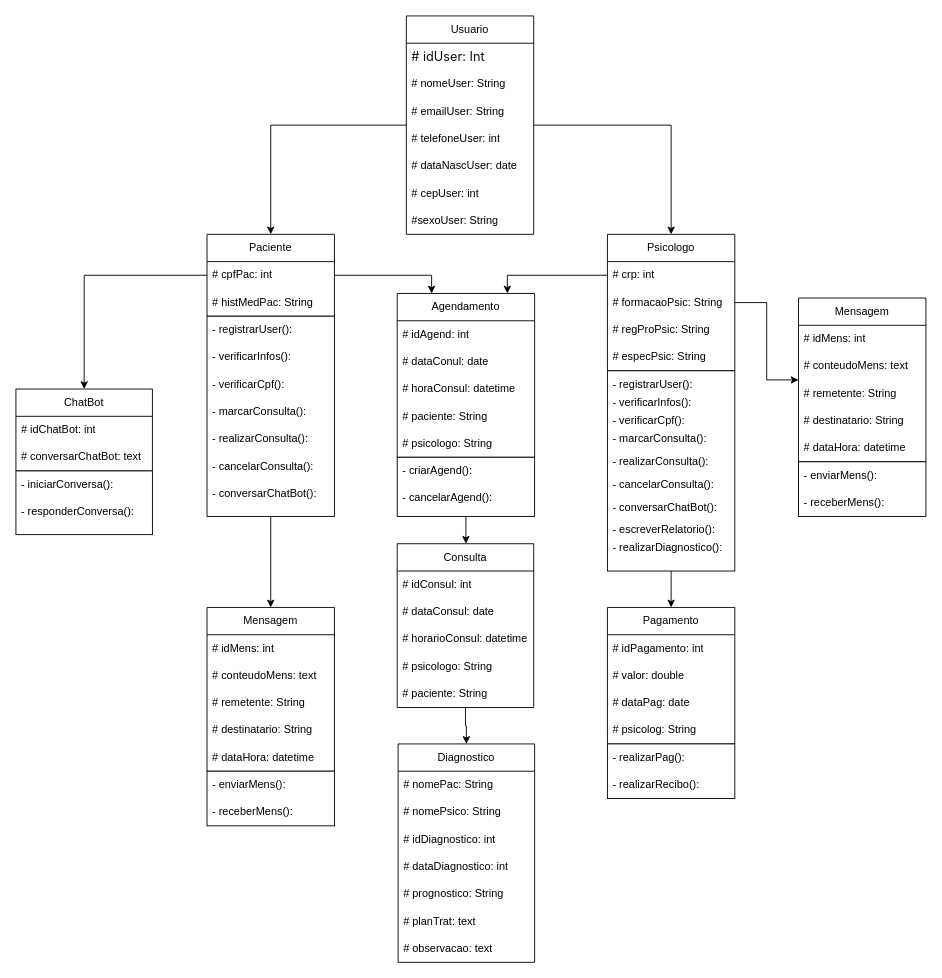
This is DiagramaDeClasse.drawio from PENEzz/uml, a draw.io file, before an edit. Source tidied: cells renumbered, new cells numbered last; positions are measured from the earlier drawing's top-left corner, leaving out a move shared by most shapes. Both pictures are drawn from the tidied source at 91%, with x=0, y=0 at pixel (15, 15).
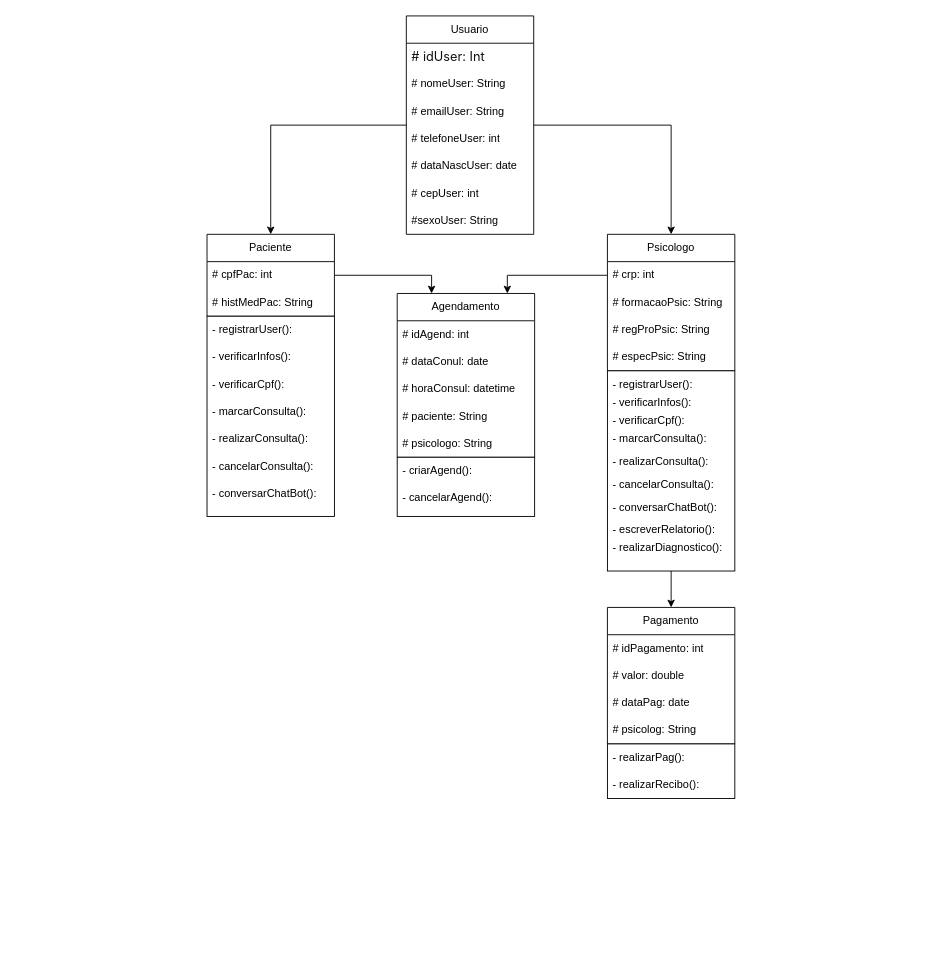
The same page after the edit.

Unchanged cells that the change refers to:
```xml
<mxCell id="12" value="Paciente" style="swimlane;fontStyle=0;horizontal=1;startSize=30;whiteSpace=wrap;html=1;" parent="1" vertex="1">
  <mxGeometry x="210" y="240" width="140" height="90" as="geometry" />
</mxCell>
<mxCell id="16" style="rounded=0;whiteSpace=wrap;html=1;" parent="1" vertex="1">
  <mxGeometry x="210" y="330" width="140" height="220" as="geometry" />
</mxCell>
<mxCell id="25" value="Psicologo" style="swimlane;fontStyle=0;horizontal=1;startSize=30;whiteSpace=wrap;html=1;" parent="1" vertex="1">
  <mxGeometry x="650" y="240" width="140" height="150" as="geometry" />
</mxCell>
<mxCell id="71" style="rounded=0;whiteSpace=wrap;html=1;" parent="1" vertex="1">
  <mxGeometry x="419" y="485" width="151" height="65" as="geometry" />
</mxCell>
```

What changed in the source:
```diff
@@
-    <mxCell id="11" style="edgeStyle=orthogonalEdgeStyle;rounded=0;jettySize=auto;html=1;" parent="1" edge="1" source="12" target="74">
-      <mxGeometry relative="1" as="geometry" />
-    </mxCell>
@@
-    <mxCell id="15" style="edgeStyle=orthogonalEdgeStyle;rounded=0;jettySize=auto;html=1;" parent="1" edge="1" source="16" target="41">
-      <mxGeometry relative="1" as="geometry" />
-    </mxCell>
@@
-    <mxCell id="24" style="edgeStyle=orthogonalEdgeStyle;rounded=0;jettySize=auto;html=1;" parent="1" edge="1" source="25" target="92">
-      <mxGeometry relative="1" as="geometry" />
-    </mxCell>
@@
-    <mxCell id="41" value="Mensagem" style="swimlane;fontStyle=0;horizontal=1;startSize=30;whiteSpace=wrap;html=1;" parent="1" vertex="1">
-      <mxGeometry x="210" y="650" width="140" height="180" as="geometry" />
-    </mxCell>
-    <mxCell id="42" value="# idMens&lt;span style=&quot;background-color: initial;&quot;&gt;: int&lt;/span&gt;" style="text;strokeColor=none;fillColor=none;align=left;verticalAlign=middle;spacingLeft=4;spacingRight=4;overflow=hidden;whiteSpace=wrap;html=1;" parent="41" vertex="1">
-      <mxGeometry y="30" width="140" height="30" as="geometry" />
-    </mxCell>
-    <mxCell id="43" value="# conteudoMens: text" style="text;strokeColor=none;fillColor=none;align=left;verticalAlign=middle;spacingLeft=4;spacingRight=4;overflow=hidden;whiteSpace=wrap;html=1;" parent="41" vertex="1">
-      <mxGeometry y="60" width="140" height="30" as="geometry" />
-    </mxCell>
-    <mxCell id="44" value="# remetente: String" style="text;strokeColor=none;fillColor=none;align=left;verticalAlign=middle;spacingLeft=4;spacingRight=4;overflow=hidden;whiteSpace=wrap;html=1;" parent="41" vertex="1">
-      <mxGeometry y="90" width="140" height="30" as="geometry" />
-    </mxCell>
-    <mxCell id="45" value="# destinatario: String" style="text;strokeColor=none;fillColor=none;align=left;verticalAlign=middle;spacingLeft=4;spacingRight=4;overflow=hidden;whiteSpace=wrap;html=1;" parent="41" vertex="1">
-      <mxGeometry y="120" width="140" height="30" as="geometry" />
-    </mxCell>
-    <mxCell id="46" value="# dataHora: datetime" style="text;strokeColor=none;fillColor=none;align=left;verticalAlign=middle;spacingLeft=4;spacingRight=4;overflow=hidden;whiteSpace=wrap;html=1;" parent="41" vertex="1">
-      <mxGeometry y="150" width="140" height="30" as="geometry" />
-    </mxCell>
-    <mxCell id="47" style="rounded=0;whiteSpace=wrap;html=1;" parent="1" vertex="1">
-      <mxGeometry x="210" y="830" width="140" height="60" as="geometry" />
-    </mxCell>
-    <mxCell id="48" value="- enviarMens():" style="text;strokeColor=none;fillColor=none;align=left;verticalAlign=middle;spacingLeft=4;spacingRight=4;overflow=hidden;whiteSpace=wrap;html=1;" parent="1" vertex="1">
-      <mxGeometry x="210" y="830" width="140" height="30" as="geometry" />
-    </mxCell>
-    <mxCell id="49" value="- receberMens():" style="text;strokeColor=none;fillColor=none;align=left;verticalAlign=middle;spacingLeft=4;spacingRight=4;overflow=hidden;whiteSpace=wrap;html=1;" parent="1" vertex="1">
-      <mxGeometry x="210" y="860" width="140" height="30" as="geometry" />
-    </mxCell>
-    <mxCell id="50" style="edgeStyle=orthogonalEdgeStyle;rounded=0;jettySize=auto;html=1;" parent="1" edge="1" source="51" target="83">
-      <mxGeometry relative="1" as="geometry" />
-    </mxCell>
-    <mxCell id="51" value="Consulta" style="swimlane;fontStyle=0;horizontal=1;startSize=30;whiteSpace=wrap;html=1;" parent="1" vertex="1">
-      <mxGeometry x="419" y="580" width="150" height="180" as="geometry" />
-    </mxCell>
-    <mxCell id="52" value="# idConsul: int" style="text;strokeColor=none;fillColor=none;align=left;verticalAlign=middle;spacingLeft=4;spacingRight=4;overflow=hidden;whiteSpace=wrap;html=1;" parent="51" vertex="1">
-      <mxGeometry y="30" width="150" height="30" as="geometry" />
-    </mxCell>
-    <mxCell id="53" value="# dataConsul: date" style="text;strokeColor=none;fillColor=none;align=left;verticalAlign=middle;spacingLeft=4;spacingRight=4;overflow=hidden;whiteSpace=wrap;html=1;" parent="51" vertex="1">
-      <mxGeometry y="60" width="150" height="30" as="geometry" />
-    </mxCell>
-    <mxCell id="54" value="# horarioConsul: datetime" style="text;strokeColor=none;fillColor=none;align=left;verticalAlign=middle;spacingLeft=4;spacingRight=4;overflow=hidden;whiteSpace=wrap;html=1;" parent="51" vertex="1">
-      <mxGeometry y="90" width="150" height="30" as="geometry" />
-    </mxCell>
-    <mxCell id="55" value="# psicologo: String" style="text;strokeColor=none;fillColor=none;align=left;verticalAlign=middle;spacingLeft=4;spacingRight=4;overflow=hidden;whiteSpace=wrap;html=1;" parent="51" vertex="1">
-      <mxGeometry y="120" width="150" height="30" as="geometry" />
-    </mxCell>
-    <mxCell id="56" value="# paciente: String" style="text;strokeColor=none;fillColor=none;align=left;verticalAlign=middle;spacingLeft=4;spacingRight=4;overflow=hidden;whiteSpace=wrap;html=1;" parent="51" vertex="1">
-      <mxGeometry y="150" width="150" height="30" as="geometry" />
-    </mxCell>
@@
-    <mxCell id="74" value="ChatBot" style="swimlane;fontStyle=0;horizontal=1;startSize=30;whiteSpace=wrap;html=1;" parent="1" vertex="1">
-      <mxGeometry y="410" width="150" height="90" as="geometry" />
-    </mxCell>
-    <mxCell id="75" value="# idChatBot: int" style="text;strokeColor=none;fillColor=none;align=left;verticalAlign=middle;spacingLeft=4;spacingRight=4;overflow=hidden;whiteSpace=wrap;html=1;" parent="74" vertex="1">
-      <mxGeometry y="30" width="150" height="30" as="geometry" />
-    </mxCell>
-    <mxCell id="76" value="# conversarChatBot: text" style="text;strokeColor=none;fillColor=none;align=left;verticalAlign=middle;spacingLeft=4;spacingRight=4;overflow=hidden;whiteSpace=wrap;html=1;" parent="74" vertex="1">
-      <mxGeometry y="60" width="150" height="30" as="geometry" />
-    </mxCell>
-    <mxCell id="77" style="rounded=0;whiteSpace=wrap;html=1;" parent="1" vertex="1">
-      <mxGeometry y="500" width="150" height="70" as="geometry" />
-    </mxCell>
-    <mxCell id="78" value="- iniciarConversa():" style="text;strokeColor=none;fillColor=none;align=left;verticalAlign=middle;spacingLeft=4;spacingRight=4;overflow=hidden;whiteSpace=wrap;html=1;" parent="1" vertex="1">
-      <mxGeometry y="500" width="150" height="30" as="geometry" />
-    </mxCell>
-    <mxCell id="79" value="- responderConversa():" style="text;strokeColor=none;fillColor=none;align=left;verticalAlign=middle;spacingLeft=4;spacingRight=4;overflow=hidden;whiteSpace=wrap;html=1;" parent="1" vertex="1">
-      <mxGeometry y="530" width="150" height="30" as="geometry" />
-    </mxCell>
@@
-    <mxCell id="83" value="Diagnostico" style="swimlane;fontStyle=0;horizontal=1;startSize=30;whiteSpace=wrap;html=1;" parent="1" vertex="1">
-      <mxGeometry x="420" y="800" width="150" height="240" as="geometry" />
-    </mxCell>
-    <mxCell id="84" value="# nomePac: String" style="text;strokeColor=none;fillColor=none;align=left;verticalAlign=middle;spacingLeft=4;spacingRight=4;overflow=hidden;whiteSpace=wrap;html=1;" parent="83" vertex="1">
-      <mxGeometry y="30" width="150" height="30" as="geometry" />
-    </mxCell>
-    <mxCell id="85" value="# nomePsico: String" style="text;strokeColor=none;fillColor=none;align=left;verticalAlign=middle;spacingLeft=4;spacingRight=4;overflow=hidden;whiteSpace=wrap;html=1;" parent="83" vertex="1">
-      <mxGeometry y="60" width="150" height="30" as="geometry" />
-    </mxCell>
-    <mxCell id="86" value="# idDiagnostico: int" style="text;strokeColor=none;fillColor=none;align=left;verticalAlign=middle;spacingLeft=4;spacingRight=4;overflow=hidden;whiteSpace=wrap;html=1;" parent="83" vertex="1">
-      <mxGeometry y="90" width="150" height="30" as="geometry" />
-    </mxCell>
-    <mxCell id="87" value="# dataDiagnostico: int" style="text;strokeColor=none;fillColor=none;align=left;verticalAlign=middle;spacingLeft=4;spacingRight=4;overflow=hidden;whiteSpace=wrap;html=1;" parent="83" vertex="1">
-      <mxGeometry y="120" width="150" height="30" as="geometry" />
-    </mxCell>
-    <mxCell id="88" value="# prognostico: String" style="text;strokeColor=none;fillColor=none;align=left;verticalAlign=middle;spacingLeft=4;spacingRight=4;overflow=hidden;whiteSpace=wrap;html=1;" parent="83" vertex="1">
-      <mxGeometry y="150" width="150" height="30" as="geometry" />
-    </mxCell>
-    <mxCell id="89" value="# planTrat: text" style="text;strokeColor=none;fillColor=none;align=left;verticalAlign=middle;spacingLeft=4;spacingRight=4;overflow=hidden;whiteSpace=wrap;html=1;" parent="83" vertex="1">
-      <mxGeometry y="180" width="150" height="30" as="geometry" />
-    </mxCell>
-    <mxCell id="90" value="# observacao: text" style="text;strokeColor=none;fillColor=none;align=left;verticalAlign=middle;spacingLeft=4;spacingRight=4;overflow=hidden;whiteSpace=wrap;html=1;" parent="83" vertex="1">
-      <mxGeometry y="210" width="150" height="30" as="geometry" />
-    </mxCell>
-    <mxCell id="91" style="edgeStyle=orthogonalEdgeStyle;rounded=0;jettySize=auto;html=1;" parent="1" edge="1" source="71" target="51">
-      <mxGeometry relative="1" as="geometry">
-        <Array as="points">
-          <mxPoint x="494" y="690" />
-          <mxPoint x="494" y="690" />
-        </Array>
-      </mxGeometry>
-    </mxCell>
-    <mxCell id="92" value="Mensagem" style="swimlane;fontStyle=0;horizontal=1;startSize=30;whiteSpace=wrap;html=1;" parent="1" vertex="1">
-      <mxGeometry x="860" y="310" width="140" height="180" as="geometry" />
-    </mxCell>
-    <mxCell id="93" value="# idMens&lt;span style=&quot;background-color: initial;&quot;&gt;: int&lt;/span&gt;" style="text;strokeColor=none;fillColor=none;align=left;verticalAlign=middle;spacingLeft=4;spacingRight=4;overflow=hidden;whiteSpace=wrap;html=1;" parent="92" vertex="1">
-      <mxGeometry y="30" width="140" height="30" as="geometry" />
-    </mxCell>
-    <mxCell id="94" value="# conteudoMens: text" style="text;strokeColor=none;fillColor=none;align=left;verticalAlign=middle;spacingLeft=4;spacingRight=4;overflow=hidden;whiteSpace=wrap;html=1;" parent="92" vertex="1">
-      <mxGeometry y="60" width="140" height="30" as="geometry" />
-    </mxCell>
-    <mxCell id="95" value="# remetente: String" style="text;strokeColor=none;fillColor=none;align=left;verticalAlign=middle;spacingLeft=4;spacingRight=4;overflow=hidden;whiteSpace=wrap;html=1;" parent="92" vertex="1">
-      <mxGeometry y="90" width="140" height="30" as="geometry" />
-    </mxCell>
-    <mxCell id="96" value="# destinatario: String" style="text;strokeColor=none;fillColor=none;align=left;verticalAlign=middle;spacingLeft=4;spacingRight=4;overflow=hidden;whiteSpace=wrap;html=1;" parent="92" vertex="1">
-      <mxGeometry y="120" width="140" height="30" as="geometry" />
-    </mxCell>
-    <mxCell id="97" value="# dataHora: datetime" style="text;strokeColor=none;fillColor=none;align=left;verticalAlign=middle;spacingLeft=4;spacingRight=4;overflow=hidden;whiteSpace=wrap;html=1;" parent="92" vertex="1">
-      <mxGeometry y="150" width="140" height="30" as="geometry" />
-    </mxCell>
-    <mxCell id="98" style="rounded=0;whiteSpace=wrap;html=1;" parent="1" vertex="1">
-      <mxGeometry x="860" y="490" width="140" height="60" as="geometry" />
-    </mxCell>
-    <mxCell id="99" value="- enviarMens():" style="text;strokeColor=none;fillColor=none;align=left;verticalAlign=middle;spacingLeft=4;spacingRight=4;overflow=hidden;whiteSpace=wrap;html=1;" parent="1" vertex="1">
-      <mxGeometry x="860" y="490" width="140" height="30" as="geometry" />
-    </mxCell>
-    <mxCell id="100" value="- receberMens():" style="text;strokeColor=none;fillColor=none;align=left;verticalAlign=middle;spacingLeft=4;spacingRight=4;overflow=hidden;whiteSpace=wrap;html=1;" parent="1" vertex="1">
-      <mxGeometry x="860" y="520" width="140" height="30" as="geometry" />
-    </mxCell>
```
